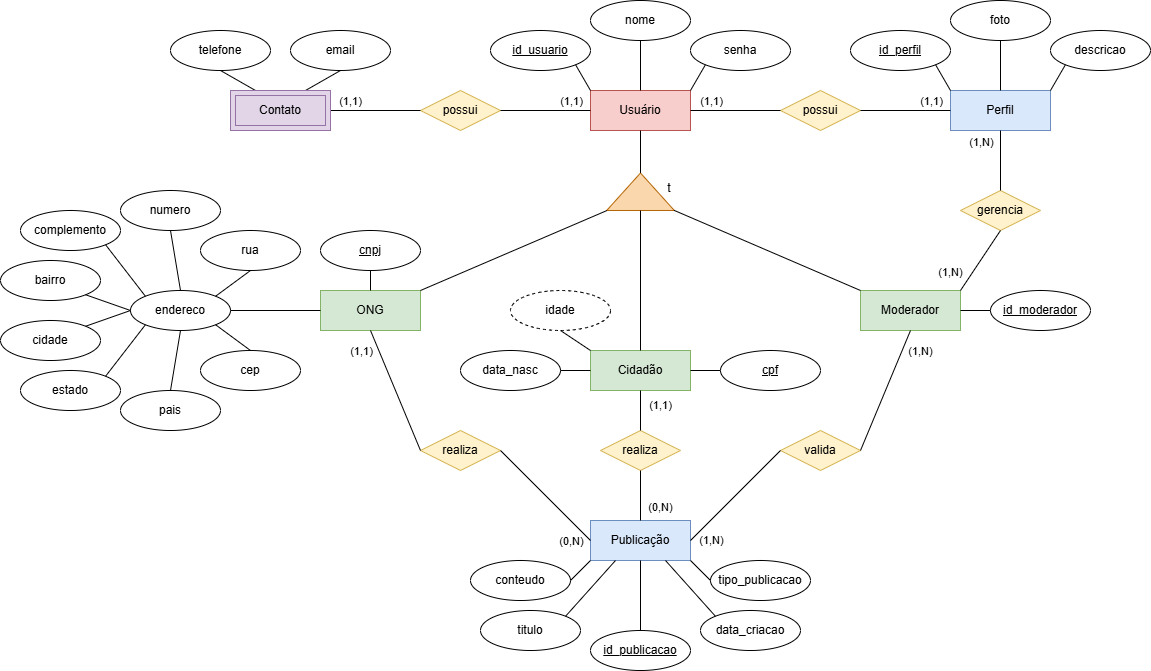
The draw.io diagram DOCUMENTACAO/PetMap - Modelo Conceitual.drawio.png in arthurpansera/PetMap, before a commit. Source tidied: cells renumbered, new cells last; positions are measured from the earlier drawing's top-left corner, leaving out a move shared by most shapes.
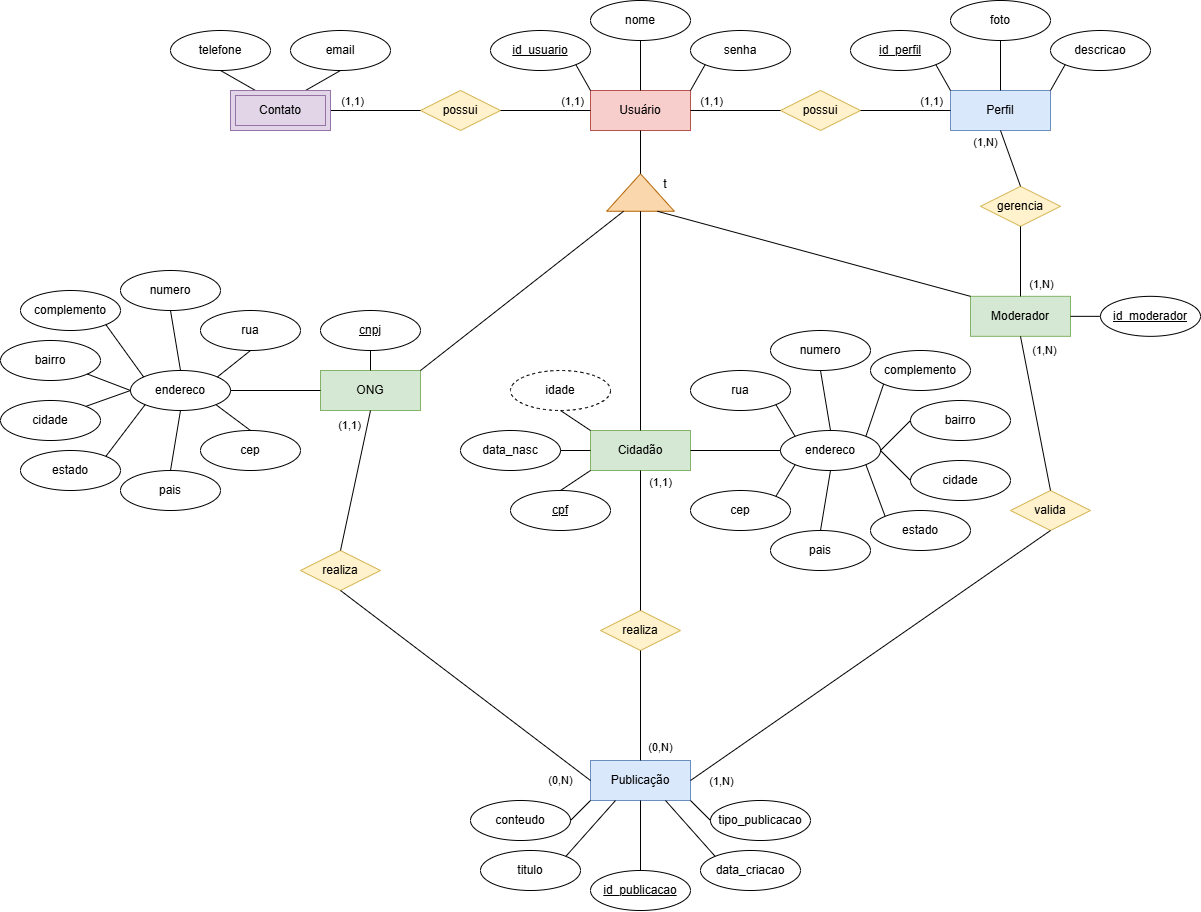
The same diagram one commit later.

What changed in the source:
```diff
@@ -8,3 +8,3 @@
     <mxCell id="3" value="Cidadão" style="whiteSpace=wrap;html=1;align=center;fillColor=#d5e8d4;strokeColor=#82b366;" parent="1" vertex="1">
-      <mxGeometry x="590" y="350" width="100" height="40" as="geometry" />
+      <mxGeometry x="590" y="430" width="100" height="40" as="geometry" />
     </mxCell>
@@ -29,3 +29,3 @@
     <mxCell id="10" style="triangle;whiteSpace=wrap;html=1;rotation=-90;fillColor=#fad7ac;strokeColor=#b46504;" parent="1" vertex="1">
-      <mxGeometry x="621.2" y="157.4" width="37.5" height="67.7" as="geometry" />
+      <mxGeometry x="621.2" y="158.2" width="37.5" height="67.7" as="geometry" />
     </mxCell>
@@ -35,6 +35,6 @@
     <mxCell id="12" value="ONG" style="whiteSpace=wrap;html=1;align=center;fillColor=#d5e8d4;strokeColor=#82b366;" parent="1" vertex="1">
-      <mxGeometry x="320" y="290" width="100" height="40" as="geometry" />
+      <mxGeometry x="320" y="370" width="100" height="40" as="geometry" />
     </mxCell>
     <mxCell id="13" value="Moderador" style="whiteSpace=wrap;html=1;align=center;fillColor=#d5e8d4;strokeColor=#82b366;" parent="1" vertex="1">
-      <mxGeometry x="860" y="290" width="100" height="40" as="geometry" />
+      <mxGeometry x="970" y="295.8" width="100" height="40" as="geometry" />
     </mxCell>
@@ -114,6 +114,6 @@
     </mxCell>
-    <mxCell id="36" style="endArrow=none;html=1;rounded=0;entryX=0;entryY=0;entryDx=0;entryDy=0;exitX=0.004;exitY=0.996;exitDx=0;exitDy=0;exitPerimeter=0;" parent="1" edge="1" source="10" target="13">
+    <mxCell id="36" style="endArrow=none;html=1;rounded=0;entryX=0;entryY=0;entryDx=0;entryDy=0;exitX=0;exitY=0.75;exitDx=0;exitDy=0;" parent="1" edge="1" source="10" target="13">
       <mxGeometry relative="1" as="geometry" />
     </mxCell>
-    <mxCell id="37" style="endArrow=none;html=1;rounded=0;entryX=1;entryY=0;entryDx=0;entryDy=0;exitX=-0.001;exitY=0.004;exitDx=0;exitDy=0;exitPerimeter=0;" parent="1" edge="1" source="10" target="12">
+    <mxCell id="37" style="endArrow=none;html=1;rounded=0;entryX=1;entryY=0;entryDx=0;entryDy=0;exitX=0;exitY=0.25;exitDx=0;exitDy=0;" parent="1" edge="1" source="10" target="12">
       <mxGeometry relative="1" as="geometry" />
@@ -121,6 +121,6 @@
     <mxCell id="38" value="t" style="text;html=1;align=center;verticalAlign=middle;whiteSpace=wrap;rounded=0;" parent="1" vertex="1">
-      <mxGeometry x="658.8" y="176.2" width="20" height="23.8" as="geometry" />
+      <mxGeometry x="654.8" y="172.2" width="20" height="23.8" as="geometry" />
     </mxCell>
     <mxCell id="39" value="id_moderador" style="ellipse;whiteSpace=wrap;html=1;align=center;fontStyle=4;" parent="1" vertex="1">
-      <mxGeometry x="990" y="290" width="100" height="40" as="geometry" />
+      <mxGeometry x="1100" y="295.8" width="100" height="40" as="geometry" />
     </mxCell>
@@ -130,9 +130,6 @@
     <mxCell id="41" value="cpf" style="ellipse;whiteSpace=wrap;html=1;align=center;fontStyle=4;" parent="1" vertex="1">
-      <mxGeometry x="720" y="350" width="100" height="40" as="geometry" />
+      <mxGeometry x="510" y="490" width="100" height="40" as="geometry" />
     </mxCell>
-    <mxCell id="42" style="endArrow=none;html=1;rounded=0;entryX=0;entryY=0.5;entryDx=0;entryDy=0;exitX=1;exitY=0.5;exitDx=0;exitDy=0;" parent="1" edge="1" source="3" target="41">
-      <mxGeometry relative="1" as="geometry" />
-    </mxCell>
     <mxCell id="43" value="data_nasc" style="ellipse;whiteSpace=wrap;html=1;align=center;" parent="1" vertex="1">
-      <mxGeometry x="460" y="350" width="100" height="40" as="geometry" />
+      <mxGeometry x="460" y="430" width="100" height="40" as="geometry" />
     </mxCell>
@@ -142,3 +139,3 @@
     <mxCell id="45" value="idade" style="ellipse;whiteSpace=wrap;html=1;align=center;dashed=1;" parent="1" vertex="1">
-      <mxGeometry x="510" y="290" width="100" height="40" as="geometry" />
+      <mxGeometry x="510" y="370" width="100" height="40" as="geometry" />
     </mxCell>
@@ -148,3 +145,3 @@
     <mxCell id="47" value="cnpj" style="ellipse;whiteSpace=wrap;html=1;align=center;fontStyle=4;" parent="1" vertex="1">
-      <mxGeometry x="320" y="230" width="100" height="40" as="geometry" />
+      <mxGeometry x="320" y="310" width="100" height="40" as="geometry" />
     </mxCell>
@@ -154,3 +151,3 @@
     <mxCell id="49" value="endereco" style="ellipse;whiteSpace=wrap;html=1;align=center;" parent="1" vertex="1">
-      <mxGeometry x="130" y="290" width="100" height="40" as="geometry" />
+      <mxGeometry x="130" y="370" width="100" height="40" as="geometry" />
     </mxCell>
@@ -160,24 +157,24 @@
     <mxCell id="51" value="pais" style="ellipse;whiteSpace=wrap;html=1;align=center;" parent="1" vertex="1">
-      <mxGeometry x="120" y="390" width="100" height="40" as="geometry" />
+      <mxGeometry x="120" y="470" width="100" height="40" as="geometry" />
     </mxCell>
     <mxCell id="52" value="estado" style="ellipse;whiteSpace=wrap;html=1;align=center;" parent="1" vertex="1">
-      <mxGeometry x="20" y="370" width="100" height="40" as="geometry" />
+      <mxGeometry x="20" y="450" width="100" height="40" as="geometry" />
     </mxCell>
     <mxCell id="53" value="cep" style="ellipse;whiteSpace=wrap;html=1;align=center;" parent="1" vertex="1">
-      <mxGeometry x="200" y="350" width="100" height="40" as="geometry" />
+      <mxGeometry x="200" y="430" width="100" height="40" as="geometry" />
     </mxCell>
     <mxCell id="54" value="bairro" style="ellipse;whiteSpace=wrap;html=1;align=center;" parent="1" vertex="1">
-      <mxGeometry y="260" width="100" height="40" as="geometry" />
+      <mxGeometry y="340" width="100" height="40" as="geometry" />
     </mxCell>
     <mxCell id="55" value="complemento" style="ellipse;whiteSpace=wrap;html=1;align=center;" parent="1" vertex="1">
-      <mxGeometry x="20" y="210" width="100" height="40" as="geometry" />
+      <mxGeometry x="20" y="290" width="100" height="40" as="geometry" />
     </mxCell>
     <mxCell id="56" value="numero" style="ellipse;whiteSpace=wrap;html=1;align=center;" parent="1" vertex="1">
-      <mxGeometry x="120" y="190" width="100" height="40" as="geometry" />
+      <mxGeometry x="120" y="270" width="100" height="40" as="geometry" />
     </mxCell>
     <mxCell id="57" value="rua" style="ellipse;whiteSpace=wrap;html=1;align=center;" parent="1" vertex="1">
-      <mxGeometry x="200" y="230" width="100" height="40" as="geometry" />
+      <mxGeometry x="200" y="310" width="100" height="40" as="geometry" />
     </mxCell>
     <mxCell id="58" value="cidade" style="ellipse;whiteSpace=wrap;html=1;align=center;" parent="1" vertex="1">
-      <mxGeometry y="320" width="100" height="40" as="geometry" />
+      <mxGeometry y="400" width="100" height="40" as="geometry" />
     </mxCell>
@@ -208,5 +205,5 @@
     <mxCell id="67" value="gerencia" style="shape=rhombus;perimeter=rhombusPerimeter;whiteSpace=wrap;html=1;align=center;fillColor=#fff2cc;strokeColor=#d6b656;" parent="1" vertex="1">
-      <mxGeometry x="960" y="190" width="80" height="40" as="geometry" />
+      <mxGeometry x="980" y="185.8" width="80" height="40" as="geometry" />
     </mxCell>
-    <mxCell id="68" style="endArrow=none;html=1;rounded=0;exitX=1;exitY=0;exitDx=0;exitDy=0;entryX=0.5;entryY=1;entryDx=0;entryDy=0;" parent="1" edge="1" source="13" target="67">
+    <mxCell id="68" style="endArrow=none;html=1;rounded=0;exitX=0.5;exitY=0;exitDx=0;exitDy=0;entryX=0.5;entryY=1;entryDx=0;entryDy=0;" parent="1" edge="1" source="13" target="67">
       <mxGeometry relative="1" as="geometry" />
@@ -215,3 +212,3 @@
       <mxGeometry x="-0.44" y="1" relative="1" as="geometry">
-        <mxPoint x="-21" y="-2" as="offset" />
+        <mxPoint x="21" y="7" as="offset" />
       </mxGeometry>
@@ -227,8 +224,8 @@
     <mxCell id="72" value="valida" style="shape=rhombus;perimeter=rhombusPerimeter;whiteSpace=wrap;html=1;align=center;fillColor=#fff2cc;strokeColor=#d6b656;" parent="1" vertex="1">
-      <mxGeometry x="780" y="430" width="80" height="40" as="geometry" />
+      <mxGeometry x="1010" y="490" width="80" height="40" as="geometry" />
     </mxCell>
     <mxCell id="73" value="Publicação" style="whiteSpace=wrap;html=1;align=center;fillColor=#dae8fc;strokeColor=#6c8ebf;" parent="1" vertex="1">
-      <mxGeometry x="590" y="520" width="100" height="40" as="geometry" />
+      <mxGeometry x="590" y="760" width="100" height="40" as="geometry" />
     </mxCell>
-    <mxCell id="74" style="endArrow=none;html=1;rounded=0;exitX=1;exitY=0.5;exitDx=0;exitDy=0;entryX=0.5;entryY=1;entryDx=0;entryDy=0;" parent="1" edge="1" source="72" target="13">
+    <mxCell id="74" style="endArrow=none;html=1;rounded=0;exitX=0.5;exitY=0;exitDx=0;exitDy=0;entryX=0.5;entryY=1;entryDx=0;entryDy=0;" parent="1" edge="1" source="72" target="13">
       <mxGeometry relative="1" as="geometry" />
@@ -237,6 +234,6 @@
       <mxGeometry x="0.5" y="4" relative="1" as="geometry">
-        <mxPoint x="26" y="-9" as="offset" />
+        <mxPoint x="20" y="-25" as="offset" />
       </mxGeometry>
     </mxCell>
-    <mxCell id="76" style="endArrow=none;html=1;rounded=0;exitX=1;exitY=0.5;exitDx=0;exitDy=0;entryX=0;entryY=0.5;entryDx=0;entryDy=0;" parent="1" edge="1" source="73" target="72">
+    <mxCell id="76" style="endArrow=none;html=1;rounded=0;exitX=1;exitY=0.5;exitDx=0;exitDy=0;entryX=0.5;entryY=1;entryDx=0;entryDy=0;" parent="1" edge="1" source="73" target="72">
       <mxGeometry relative="1" as="geometry" />
@@ -245,3 +242,3 @@
       <mxGeometry x="-0.67" y="-1" relative="1" as="geometry">
-        <mxPoint x="4" y="14" as="offset" />
+        <mxPoint x="-29" y="40" as="offset" />
       </mxGeometry>
@@ -249,6 +246,6 @@
     <mxCell id="78" value="realiza" style="shape=rhombus;perimeter=rhombusPerimeter;whiteSpace=wrap;html=1;align=center;fillColor=#fff2cc;strokeColor=#d6b656;" parent="1" vertex="1">
-      <mxGeometry x="600" y="430" width="80" height="40" as="geometry" />
+      <mxGeometry x="600" y="610" width="80" height="40" as="geometry" />
     </mxCell>
     <mxCell id="79" value="realiza" style="shape=rhombus;perimeter=rhombusPerimeter;whiteSpace=wrap;html=1;align=center;fillColor=#fff2cc;strokeColor=#d6b656;" parent="1" vertex="1">
-      <mxGeometry x="420" y="430" width="80" height="40" as="geometry" />
+      <mxGeometry x="300" y="550" width="80" height="40" as="geometry" />
     </mxCell>
@@ -259,3 +256,3 @@
       <mxGeometry x="-0.44" y="2" relative="1" as="geometry">
-        <mxPoint x="21" as="offset" />
+        <mxPoint x="21" y="16" as="offset" />
       </mxGeometry>
@@ -267,6 +264,6 @@
       <mxGeometry x="0.3" relative="1" as="geometry">
-        <mxPoint x="19" as="offset" />
+        <mxPoint x="19" y="-39" as="offset" />
       </mxGeometry>
     </mxCell>
-    <mxCell id="84" style="endArrow=none;html=1;rounded=0;exitX=0;exitY=0.5;exitDx=0;exitDy=0;entryX=1;entryY=0.5;entryDx=0;entryDy=0;" parent="1" edge="1" source="73" target="79">
+    <mxCell id="84" style="endArrow=none;html=1;rounded=0;exitX=0;exitY=0.5;exitDx=0;exitDy=0;entryX=0.5;entryY=1;entryDx=0;entryDy=0;" parent="1" edge="1" source="73" target="79">
       <mxGeometry relative="1" as="geometry" />
@@ -275,6 +272,6 @@
       <mxGeometry x="-0.61" y="1" relative="1" as="geometry">
-        <mxPoint x="-2" y="17" as="offset" />
+        <mxPoint x="19" y="36" as="offset" />
       </mxGeometry>
     </mxCell>
-    <mxCell id="86" style="endArrow=none;html=1;rounded=0;exitX=0;exitY=0.5;exitDx=0;exitDy=0;entryX=0.5;entryY=1;entryDx=0;entryDy=0;" parent="1" edge="1" source="79" target="12">
+    <mxCell id="86" style="endArrow=none;html=1;rounded=0;exitX=0.5;exitY=0;exitDx=0;exitDy=0;entryX=0.5;entryY=1;entryDx=0;entryDy=0;" parent="1" edge="1" source="79" target="12">
       <mxGeometry relative="1" as="geometry" />
@@ -283,3 +280,3 @@
       <mxGeometry x="0.66" relative="1" as="geometry">
-        <mxPoint x="-18" as="offset" />
+        <mxPoint x="-17" y="-10" as="offset" />
       </mxGeometry>
@@ -287,15 +284,15 @@
     <mxCell id="88" value="id_publicacao" style="ellipse;whiteSpace=wrap;html=1;align=center;fontStyle=4;" parent="1" vertex="1">
-      <mxGeometry x="590" y="630" width="100" height="40" as="geometry" />
+      <mxGeometry x="590" y="870" width="100" height="40" as="geometry" />
     </mxCell>
     <mxCell id="89" value="titulo" style="ellipse;whiteSpace=wrap;html=1;align=center;" parent="1" vertex="1">
-      <mxGeometry x="480" y="610" width="100" height="40" as="geometry" />
+      <mxGeometry x="480" y="850" width="100" height="40" as="geometry" />
     </mxCell>
     <mxCell id="90" value="conteudo" style="ellipse;whiteSpace=wrap;html=1;align=center;" parent="1" vertex="1">
-      <mxGeometry x="470" y="560" width="100" height="40" as="geometry" />
+      <mxGeometry x="470" y="800" width="100" height="40" as="geometry" />
     </mxCell>
     <mxCell id="91" value="data_criacao" style="ellipse;whiteSpace=wrap;html=1;align=center;" parent="1" vertex="1">
-      <mxGeometry x="700" y="610" width="100" height="40" as="geometry" />
+      <mxGeometry x="700" y="850" width="100" height="40" as="geometry" />
     </mxCell>
     <mxCell id="92" value="tipo_publicacao" style="ellipse;whiteSpace=wrap;html=1;align=center;" parent="1" vertex="1">
-      <mxGeometry x="710" y="560" width="100" height="40" as="geometry" />
+      <mxGeometry x="710" y="800" width="100" height="40" as="geometry" />
     </mxCell>
@@ -319,2 +316,59 @@
     </mxCell>
+    <mxCell id="99" value="endereco" style="ellipse;whiteSpace=wrap;html=1;align=center;" parent="1" vertex="1">
+      <mxGeometry x="780" y="430" width="100" height="40" as="geometry" />
+    </mxCell>
+    <mxCell id="100" value="pais" style="ellipse;whiteSpace=wrap;html=1;align=center;" parent="1" vertex="1">
+      <mxGeometry x="770" y="530" width="100" height="40" as="geometry" />
+    </mxCell>
+    <mxCell id="101" value="cep" style="ellipse;whiteSpace=wrap;html=1;align=center;" parent="1" vertex="1">
+      <mxGeometry x="690" y="490" width="100" height="40" as="geometry" />
+    </mxCell>
+    <mxCell id="102" value="estado" style="ellipse;whiteSpace=wrap;html=1;align=center;" parent="1" vertex="1">
+      <mxGeometry x="870" y="510" width="100" height="40" as="geometry" />
+    </mxCell>
+    <mxCell id="103" value="bairro" style="ellipse;whiteSpace=wrap;html=1;align=center;" parent="1" vertex="1">
+      <mxGeometry x="910" y="400" width="100" height="40" as="geometry" />
+    </mxCell>
+    <mxCell id="104" value="complemento" style="ellipse;whiteSpace=wrap;html=1;align=center;" parent="1" vertex="1">
+      <mxGeometry x="870" y="350" width="100" height="40" as="geometry" />
+    </mxCell>
+    <mxCell id="105" value="numero" style="ellipse;whiteSpace=wrap;html=1;align=center;" parent="1" vertex="1">
+      <mxGeometry x="770" y="330" width="100" height="40" as="geometry" />
+    </mxCell>
+    <mxCell id="106" value="rua" style="ellipse;whiteSpace=wrap;html=1;align=center;" parent="1" vertex="1">
+      <mxGeometry x="690" y="370" width="100" height="40" as="geometry" />
+    </mxCell>
+    <mxCell id="107" value="cidade" style="ellipse;whiteSpace=wrap;html=1;align=center;" parent="1" vertex="1">
+      <mxGeometry x="910" y="460" width="100" height="40" as="geometry" />
+    </mxCell>
+    <mxCell id="108" style="endArrow=none;html=1;rounded=0;exitX=1;exitY=1;exitDx=0;exitDy=0;entryX=0;entryY=0;entryDx=0;entryDy=0;" parent="1" edge="1" source="99" target="102">
+      <mxGeometry relative="1" as="geometry" />
+    </mxCell>
+    <mxCell id="109" style="endArrow=none;html=1;rounded=0;exitX=0.5;exitY=1;exitDx=0;exitDy=0;entryX=0.5;entryY=0;entryDx=0;entryDy=0;" parent="1" edge="1" source="105" target="99">
+      <mxGeometry relative="1" as="geometry" />
+    </mxCell>
+    <mxCell id="110" style="endArrow=none;html=1;rounded=0;exitX=0.5;exitY=1;exitDx=0;exitDy=0;entryX=0.5;entryY=0;entryDx=0;entryDy=0;" parent="1" edge="1" source="99" target="100">
+      <mxGeometry relative="1" as="geometry" />
+    </mxCell>
+    <mxCell id="42" style="endArrow=none;html=1;rounded=0;entryX=0.5;entryY=0;entryDx=0;entryDy=0;exitX=0;exitY=1;exitDx=0;exitDy=0;" parent="1" edge="1" source="3" target="41">
+      <mxGeometry relative="1" as="geometry" />
+    </mxCell>
+    <mxCell id="111" style="endArrow=none;html=1;rounded=0;exitX=1;exitY=1;exitDx=0;exitDy=0;entryX=0;entryY=0;entryDx=0;entryDy=0;" parent="1" edge="1" source="106" target="99">
+      <mxGeometry relative="1" as="geometry" />
+    </mxCell>
+    <mxCell id="112" style="endArrow=none;html=1;rounded=0;exitX=1;exitY=0;exitDx=0;exitDy=0;entryX=0;entryY=1;entryDx=0;entryDy=0;" parent="1" edge="1" source="101" target="99">
+      <mxGeometry relative="1" as="geometry" />
+    </mxCell>
+    <mxCell id="113" style="endArrow=none;html=1;rounded=0;exitX=0;exitY=0.5;exitDx=0;exitDy=0;entryX=1;entryY=0.5;entryDx=0;entryDy=0;" parent="1" edge="1" source="107" target="99">
+      <mxGeometry relative="1" as="geometry" />
+    </mxCell>
+    <mxCell id="114" style="endArrow=none;html=1;rounded=0;exitX=0;exitY=0.5;exitDx=0;exitDy=0;entryX=1;entryY=0.5;entryDx=0;entryDy=0;" parent="1" edge="1" source="103" target="99">
+      <mxGeometry relative="1" as="geometry" />
+    </mxCell>
+    <mxCell id="115" style="endArrow=none;html=1;rounded=0;exitX=0;exitY=1;exitDx=0;exitDy=0;entryX=1;entryY=0;entryDx=0;entryDy=0;" parent="1" edge="1" source="104" target="99">
+      <mxGeometry relative="1" as="geometry" />
+    </mxCell>
+    <mxCell id="116" style="endArrow=none;html=1;rounded=0;exitX=1;exitY=0.5;exitDx=0;exitDy=0;entryX=0;entryY=0.5;entryDx=0;entryDy=0;" parent="1" edge="1" source="3" target="99">
+      <mxGeometry relative="1" as="geometry" />
+    </mxCell>
   </root>
```
